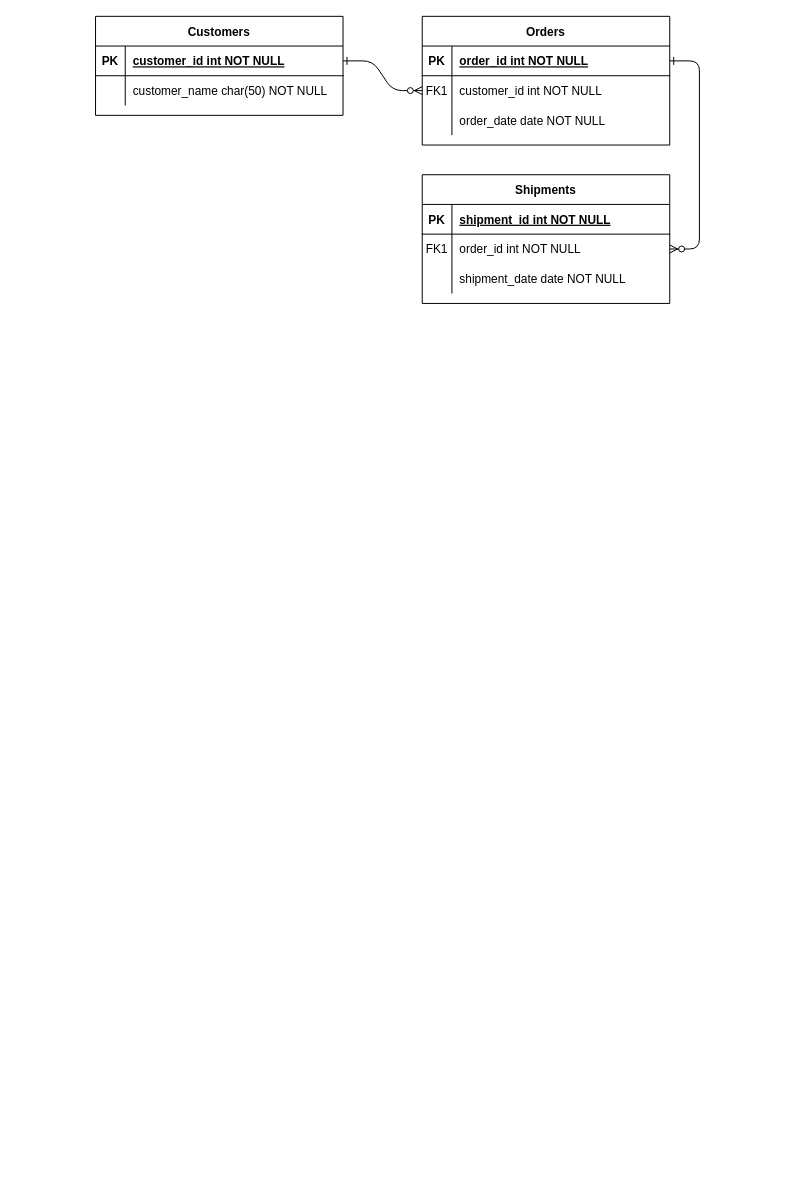
The draw.io diagram Diagrama sem nome.drawio in pmarangon/Primeiro_ModeloLogicoBD, before the edit. Source tidied: cells renumbered, new cells numbered last; positions are measured from the earlier drawing's top-left corner, leaving out a move shared by most shapes. Both pictures are drawn from the tidied source at 99%, with x=0, y=0 at pixel (95, 16).
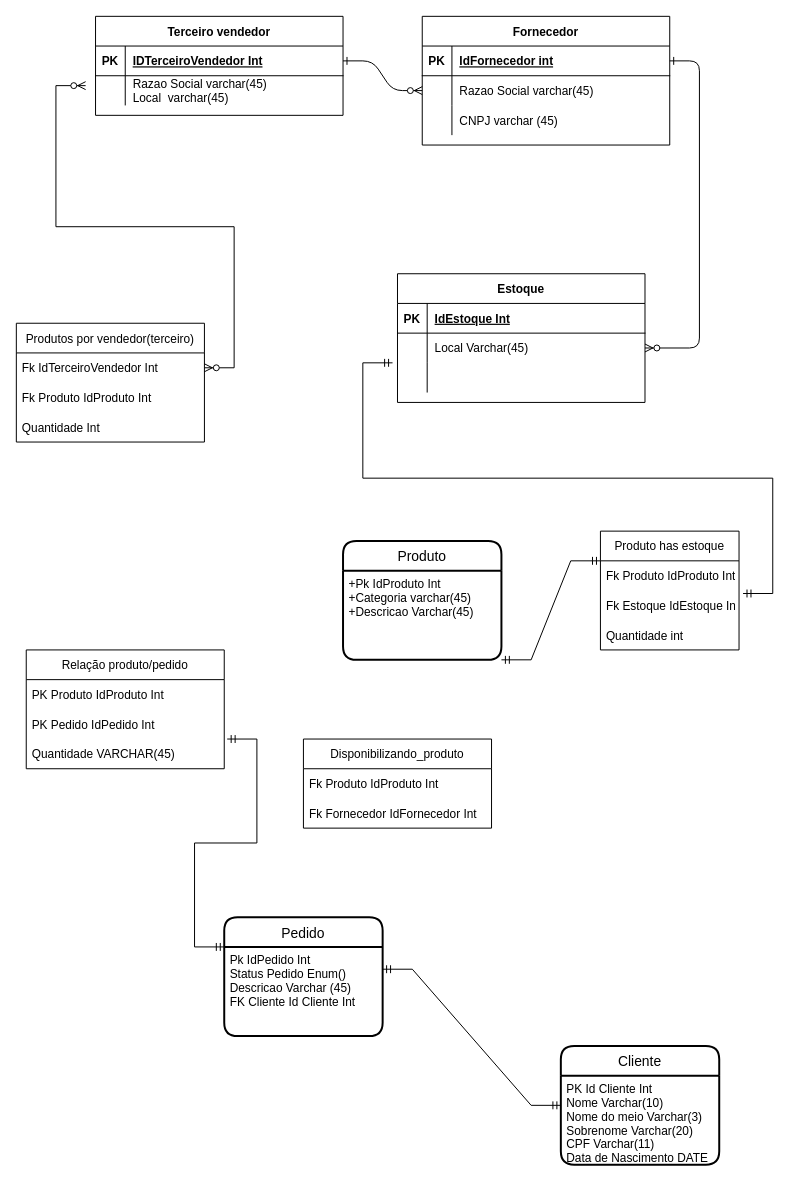
Above is the later version.

The change refers to these unchanged cells:
```xml
<mxCell id="5" style="shape=partialRectangle;fillColor=none;points=[[0,0.5],[1,0.5]];portConstraint=eastwest;top=0;left=0;right=0;bottom=1;" parent="4" vertex="1">
  <mxGeometry y="30" width="250" height="30" as="geometry" />
</mxCell>
<mxCell id="8" style="shape=partialRectangle;fillColor=none;points=[[0,0.5],[1,0.5]];portConstraint=eastwest;top=0;left=0;right=0;bottom=0;" parent="4" vertex="1">
  <mxGeometry y="60" width="250" height="30" as="geometry" />
</mxCell>
<mxCell id="11" style="shape=partialRectangle;fillColor=none;top=0;left=0;right=0;bottom=0;" parent="4" vertex="1">
  <mxGeometry y="90" width="250" height="30" as="geometry" />
</mxCell>
<mxCell id="15" style="shape=partialRectangle;fillColor=none;top=0;left=0;right=0;bottom=1;" parent="14" vertex="1">
  <mxGeometry y="30" width="250" height="30" as="geometry" />
</mxCell>
<mxCell id="18" style="shape=partialRectangle;fillColor=none;points=[[0,0.5],[1,0.5]];portConstraint=eastwest;top=0;left=0;right=0;bottom=0;" parent="14" vertex="1">
  <mxGeometry y="60" width="250" height="30" as="geometry" />
</mxCell>
<mxCell id="21" style="shape=partialRectangle;fillColor=none;top=0;left=0;right=0;bottom=0;" parent="14" vertex="1">
  <mxGeometry y="90" width="250" height="30" as="geometry" />
</mxCell>
<mxCell id="25" style="shape=partialRectangle;fillColor=none;points=[[0,0.5],[1,0.5]];portConstraint=eastwest;top=0;left=0;right=0;bottom=1;" parent="24" vertex="1">
  <mxGeometry y="30" width="250" height="30" as="geometry" />
</mxCell>
<mxCell id="28" style="shape=partialRectangle;fillColor=none;top=0;left=0;right=0;bottom=0;" parent="24" vertex="1">
  <mxGeometry y="60" width="250" height="30" as="geometry" />
</mxCell>
```

What changed in the source:
```diff
@@
-    <mxCell id="4" value="Orders" style="shape=table;startSize=30;childLayout=tableLayout;rowLines=0;fontStyle=1;align=center;" parent="1" vertex="1">
+    <mxCell id="4" value="Fornecedor" style="shape=table;startSize=30;childLayout=tableLayout;rowLines=0;fontStyle=1;align=center;" parent="1" vertex="1">
       <mxGeometry x="330" width="250" height="130" as="geometry" />
     </mxCell>
@@
-    <mxCell id="7" value="order_id int NOT NULL " style="shape=partialRectangle;overflow=hidden;fillColor=none;top=0;left=0;bottom=0;right=0;align=left;spacingLeft=6;fontStyle=5;" parent="5" vertex="1">
+    <mxCell id="7" value="IdFornecedor int" style="shape=partialRectangle;overflow=hidden;fillColor=none;top=0;left=0;bottom=0;right=0;align=left;spacingLeft=6;fontStyle=5;" parent="5" vertex="1">
       <mxGeometry x="30" width="220" height="30" as="geometry" />
     </mxCell>
@@
-    <mxCell id="9" value="FK1" style="shape=partialRectangle;overflow=hidden;fillColor=none;top=0;left=0;bottom=0;right=0;" parent="8" vertex="1">
+    <mxCell id="9" style="shape=partialRectangle;overflow=hidden;fillColor=none;top=0;left=0;bottom=0;right=0;" parent="8" vertex="1">
       <mxGeometry width="30" height="30" as="geometry" />
     </mxCell>
-    <mxCell id="10" value="customer_id int NOT NULL" style="shape=partialRectangle;overflow=hidden;fillColor=none;top=0;left=0;bottom=0;right=0;align=left;spacingLeft=6;" parent="8" vertex="1">
+    <mxCell id="10" value="Razao Social varchar(45)" style="shape=partialRectangle;overflow=hidden;fillColor=none;top=0;left=0;bottom=0;right=0;align=left;spacingLeft=6;" parent="8" vertex="1">
       <mxGeometry x="30" width="220" height="30" as="geometry" />
     </mxCell>
@@
-    <mxCell id="13" value="order_date date NOT NULL" style="shape=partialRectangle;overflow=hidden;fillColor=none;top=0;left=0;bottom=0;right=0;align=left;spacingLeft=6;" parent="11" vertex="1">
+    <mxCell id="13" value="CNPJ varchar (45)" style="shape=partialRectangle;overflow=hidden;fillColor=none;top=0;left=0;bottom=0;right=0;align=left;spacingLeft=6;" parent="11" vertex="1">
       <mxGeometry x="30" width="220" height="30" as="geometry" />
     </mxCell>
-    <mxCell id="14" value="Shipments" style="shape=table;startSize=30;childLayout=tableLayout;rowLines=0;fontStyle=1;align=center;" parent="1" vertex="1">
-      <mxGeometry x="330" y="160" width="250" height="130" as="geometry" />
+    <mxCell id="14" value="Estoque" style="shape=table;startSize=30;childLayout=tableLayout;rowLines=0;fontStyle=1;align=center;" parent="1" vertex="1">
+      <mxGeometry x="305" y="260" width="250" height="130" as="geometry" />
     </mxCell>
@@
-    <mxCell id="17" value="shipment_id int NOT NULL " style="shape=partialRectangle;overflow=hidden;fillColor=none;top=0;left=0;bottom=0;right=0;align=left;spacingLeft=6;fontStyle=5;" parent="15" vertex="1">
+    <mxCell id="17" value="IdEstoque Int" style="shape=partialRectangle;overflow=hidden;fillColor=none;top=0;left=0;bottom=0;right=0;align=left;spacingLeft=6;fontStyle=5;" parent="15" vertex="1">
       <mxGeometry x="30" width="220" height="30" as="geometry" />
     </mxCell>
@@
-    <mxCell id="19" value="FK1" style="shape=partialRectangle;overflow=hidden;fillColor=none;top=0;left=0;bottom=0;right=0;" parent="18" vertex="1">
+    <mxCell id="19" style="shape=partialRectangle;overflow=hidden;fillColor=none;top=0;left=0;bottom=0;right=0;" parent="18" vertex="1">
       <mxGeometry width="30" height="30" as="geometry" />
     </mxCell>
-    <mxCell id="20" value="order_id int NOT NULL" style="shape=partialRectangle;overflow=hidden;fillColor=none;top=0;left=0;bottom=0;right=0;align=left;spacingLeft=6;" parent="18" vertex="1">
+    <mxCell id="20" value="Local Varchar(45)" style="shape=partialRectangle;overflow=hidden;fillColor=none;top=0;left=0;bottom=0;right=0;align=left;spacingLeft=6;" parent="18" vertex="1">
       <mxGeometry x="30" width="220" height="30" as="geometry" />
     </mxCell>
@@
-    <mxCell id="23" value="shipment_date date NOT NULL" style="shape=partialRectangle;overflow=hidden;fillColor=none;top=0;left=0;bottom=0;right=0;align=left;spacingLeft=6;" parent="21" vertex="1">
+    <mxCell id="23" style="shape=partialRectangle;overflow=hidden;fillColor=none;top=0;left=0;bottom=0;right=0;align=left;spacingLeft=6;" parent="21" vertex="1">
       <mxGeometry x="30" width="220" height="30" as="geometry" />
     </mxCell>
-    <mxCell id="24" value="Customers" style="shape=table;startSize=30;childLayout=tableLayout;rowLines=0;fontStyle=1;align=center;" parent="1" vertex="1">
+    <mxCell id="24" value="Terceiro vendedor" style="shape=table;startSize=30;childLayout=tableLayout;rowLines=0;fontStyle=1;align=center;" parent="1" vertex="1">
       <mxGeometry width="250" height="100" as="geometry" />
     </mxCell>
@@
-    <mxCell id="27" value="customer_id int NOT NULL " style="shape=partialRectangle;overflow=hidden;fillColor=none;top=0;left=0;bottom=0;right=0;align=left;spacingLeft=6;fontStyle=5;" parent="25" vertex="1">
+    <mxCell id="27" value="IDTerceiroVendedor Int" style="shape=partialRectangle;overflow=hidden;fillColor=none;top=0;left=0;bottom=0;right=0;align=left;spacingLeft=6;fontStyle=5;" parent="25" vertex="1">
       <mxGeometry x="30" width="220" height="30" as="geometry" />
     </mxCell>
@@
-    <mxCell id="30" value="customer_name char(50) NOT NULL" style="shape=partialRectangle;overflow=hidden;fillColor=none;top=0;left=0;bottom=0;right=0;align=left;spacingLeft=6;" parent="28" vertex="1">
+    <mxCell id="30" value="Razao Social varchar(45)&#10;Local  varchar(45)" style="shape=partialRectangle;overflow=hidden;fillColor=none;top=0;left=0;bottom=0;right=0;align=left;spacingLeft=6;" parent="28" vertex="1">
       <mxGeometry x="30" width="220" height="30" as="geometry" />
     </mxCell>
+    <mxCell id="31" value="Produtos por vendedor(terceiro)" style="swimlane;fontStyle=0;horizontal=1;startSize=30;" parent="1" vertex="1">
+      <mxGeometry x="-80" y="310" width="190" height="120" as="geometry" />
+    </mxCell>
+    <mxCell id="32" value="Fk IdTerceiroVendedor Int" style="text;strokeColor=none;fillColor=none;align=left;verticalAlign=middle;spacingLeft=4;spacingRight=4;overflow=hidden;points=[[0,0.5],[1,0.5]];portConstraint=eastwest;" parent="31" vertex="1">
+      <mxGeometry y="30" width="190" height="30" as="geometry" />
+    </mxCell>
+    <mxCell id="33" value="Fk Produto IdProduto Int" style="text;strokeColor=none;fillColor=none;align=left;verticalAlign=middle;spacingLeft=4;spacingRight=4;overflow=hidden;" parent="31" vertex="1">
+      <mxGeometry y="60" width="190" height="30" as="geometry" />
+    </mxCell>
+    <mxCell id="34" value="Quantidade Int" style="text;strokeColor=none;fillColor=none;align=left;verticalAlign=middle;spacingLeft=4;spacingRight=4;overflow=hidden;" parent="31" vertex="1">
+      <mxGeometry y="90" width="190" height="30" as="geometry" />
+    </mxCell>
+    <mxCell id="35" value="Disponibilizando_produto" style="swimlane;fontStyle=0;horizontal=1;startSize=30;" parent="1" vertex="1">
+      <mxGeometry x="210" y="730" width="190" height="90" as="geometry" />
+    </mxCell>
+    <mxCell id="36" value="Fk Produto IdProduto Int" style="text;strokeColor=none;fillColor=none;align=left;verticalAlign=middle;spacingLeft=4;spacingRight=4;overflow=hidden;" parent="35" vertex="1">
+      <mxGeometry y="30" width="190" height="30" as="geometry" />
+    </mxCell>
+    <mxCell id="37" value="Fk Fornecedor IdFornecedor Int" style="text;strokeColor=none;fillColor=none;align=left;verticalAlign=middle;spacingLeft=4;spacingRight=4;overflow=hidden;" parent="35" vertex="1">
+      <mxGeometry y="60" width="190" height="30" as="geometry" />
+    </mxCell>
+    <mxCell id="38" value="Produto has estoque" style="swimlane;fontStyle=0;horizontal=1;startSize=30;" parent="1" vertex="1">
+      <mxGeometry x="510" y="520" width="140" height="120" as="geometry" />
+    </mxCell>
+    <mxCell id="39" value="Fk Produto IdProduto Int" style="text;strokeColor=none;fillColor=none;align=left;verticalAlign=middle;spacingLeft=4;spacingRight=4;overflow=hidden;" parent="38" vertex="1">
+      <mxGeometry y="30" width="140" height="30" as="geometry" />
+    </mxCell>
+    <mxCell id="40" value="Fk Estoque IdEstoque Int" style="text;strokeColor=none;fillColor=none;align=left;verticalAlign=middle;spacingLeft=4;spacingRight=4;overflow=hidden;points=[[0,0.5],[1,0.5]];portConstraint=eastwest;" parent="38" vertex="1">
+      <mxGeometry y="60" width="140" height="30" as="geometry" />
+    </mxCell>
+    <mxCell id="41" value="Quantidade int" style="text;strokeColor=none;fillColor=none;align=left;verticalAlign=middle;spacingLeft=4;spacingRight=4;overflow=hidden;" parent="38" vertex="1">
+      <mxGeometry y="90" width="140" height="30" as="geometry" />
+    </mxCell>
+    <mxCell id="42" value="Relação produto/pedido" style="swimlane;fontStyle=0;horizontal=1;startSize=30;" parent="1" vertex="1">
+      <mxGeometry x="-70" y="640" width="200" height="120" as="geometry" />
+    </mxCell>
+    <mxCell id="43" value="PK Produto IdProduto Int" style="text;strokeColor=none;fillColor=none;align=left;verticalAlign=middle;spacingLeft=4;spacingRight=4;overflow=hidden;" parent="42" vertex="1">
+      <mxGeometry y="30" width="200" height="30" as="geometry" />
+    </mxCell>
+    <mxCell id="44" value="PK Pedido IdPedido Int" style="text;strokeColor=none;fillColor=none;align=left;verticalAlign=middle;spacingLeft=4;spacingRight=4;overflow=hidden;" parent="42" vertex="1">
+      <mxGeometry y="60" width="200" height="30" as="geometry" />
+    </mxCell>
+    <mxCell id="45" value="Quantidade VARCHAR(45)" style="text;strokeColor=none;fillColor=none;align=left;verticalAlign=middle;spacingLeft=4;spacingRight=4;overflow=hidden;points=[[0,0.5],[1,0.5]];portConstraint=eastwest;" parent="42" vertex="1">
+      <mxGeometry y="90" width="200" height="30" as="geometry" />
+    </mxCell>
+    <mxCell id="46" style="edgeStyle=entityRelationEdgeStyle;fontSize=12;html=1;endArrow=ERzeroToMany;endFill=1;startArrow=ERzeroToMany;rounded=0;exitX=1;exitY=0.5;exitDx=0;exitDy=0;" parent="1" edge="1" source="32">
+      <mxGeometry relative="1" as="geometry">
+        <mxPoint x="-10" y="70" as="targetPoint" />
+      </mxGeometry>
+    </mxCell>
+    <mxCell id="47" style="edgeStyle=entityRelationEdgeStyle;fontSize=12;html=1;endArrow=ERmandOne;startArrow=ERmandOne;rounded=0;exitX=1.029;exitY=0.1;exitDx=0;exitDy=0;exitPerimeter=0;" parent="1" edge="1" source="40">
+      <mxGeometry relative="1" as="geometry">
+        <mxPoint x="300" y="350" as="targetPoint" />
+      </mxGeometry>
+    </mxCell>
+    <mxCell id="48" value="Produto" style="swimlane;horizontal=1;startSize=30;rounded=1;fontSize=14;fontStyle=0;strokeWidth=2;shadow=0;dashed=0;align=center;" parent="1" vertex="1">
+      <mxGeometry x="250" y="530" width="160" height="120" as="geometry" />
+    </mxCell>
+    <mxCell id="49" value="+Pk IdProduto Int&#10;+Categoria varchar(45)&#10;+Descricao Varchar(45)" style="align=left;strokeColor=none;fillColor=none;spacingLeft=4;fontSize=12;verticalAlign=top;" parent="48" vertex="1">
+      <mxGeometry y="30" width="160" height="90" as="geometry" />
+    </mxCell>
+    <mxCell id="50" value="Pedido" style="swimlane;horizontal=1;startSize=30;rounded=1;fontSize=14;fontStyle=0;strokeWidth=2;shadow=0;dashed=0;align=center;" parent="1" vertex="1">
+      <mxGeometry x="130" y="910" width="160" height="120" as="geometry" />
+    </mxCell>
+    <mxCell id="51" value="Pk IdPedido Int&#10;Status Pedido Enum()&#10;Descricao Varchar (45)&#10;FK Cliente Id Cliente Int" style="align=left;strokeColor=none;fillColor=none;spacingLeft=4;fontSize=12;verticalAlign=top;" parent="50" vertex="1">
+      <mxGeometry y="30" width="160" height="90" as="geometry" />
+    </mxCell>
+    <mxCell id="52" value="Cliente" style="swimlane;horizontal=1;startSize=30;rounded=1;fontSize=14;fontStyle=0;strokeWidth=2;shadow=0;dashed=0;align=center;" parent="1" vertex="1">
+      <mxGeometry x="470" y="1040" width="160" height="120" as="geometry" />
+    </mxCell>
+    <mxCell id="53" value="PK Id Cliente Int&#10;Nome Varchar(10)&#10;Nome do meio Varchar(3)&#10;Sobrenome Varchar(20)&#10;CPF Varchar(11)&#10;Data de Nascimento DATE" style="align=left;strokeColor=none;fillColor=none;spacingLeft=4;fontSize=12;verticalAlign=top;" parent="52" vertex="1">
+      <mxGeometry y="30" width="160" height="90" as="geometry" />
+    </mxCell>
+    <mxCell id="54" style="edgeStyle=entityRelationEdgeStyle;fontSize=12;html=1;endArrow=ERmandOne;startArrow=ERmandOne;rounded=0;entryX=0;entryY=0.5;entryDx=0;entryDy=0;exitX=1;exitY=0.25;exitDx=0;exitDy=0;" parent="1" edge="1" source="51" target="52">
+      <mxGeometry relative="1" as="geometry" />
+    </mxCell>
+    <mxCell id="55" style="edgeStyle=entityRelationEdgeStyle;fontSize=12;html=1;endArrow=ERmandOne;startArrow=ERmandOne;rounded=0;exitX=1.015;exitY=0;exitDx=0;exitDy=0;exitPerimeter=0;" parent="1" edge="1" source="45">
+      <mxGeometry relative="1" as="geometry">
+        <mxPoint x="130" y="940" as="targetPoint" />
+      </mxGeometry>
+    </mxCell>
+    <mxCell id="56" style="edgeStyle=entityRelationEdgeStyle;fontSize=12;html=1;endArrow=ERmandOne;startArrow=ERmandOne;rounded=0;exitX=1;exitY=1;exitDx=0;exitDy=0;entryX=0;entryY=0.25;entryDx=0;entryDy=0;" parent="1" edge="1" source="49" target="38">
+      <mxGeometry relative="1" as="geometry" />
+    </mxCell>
```
